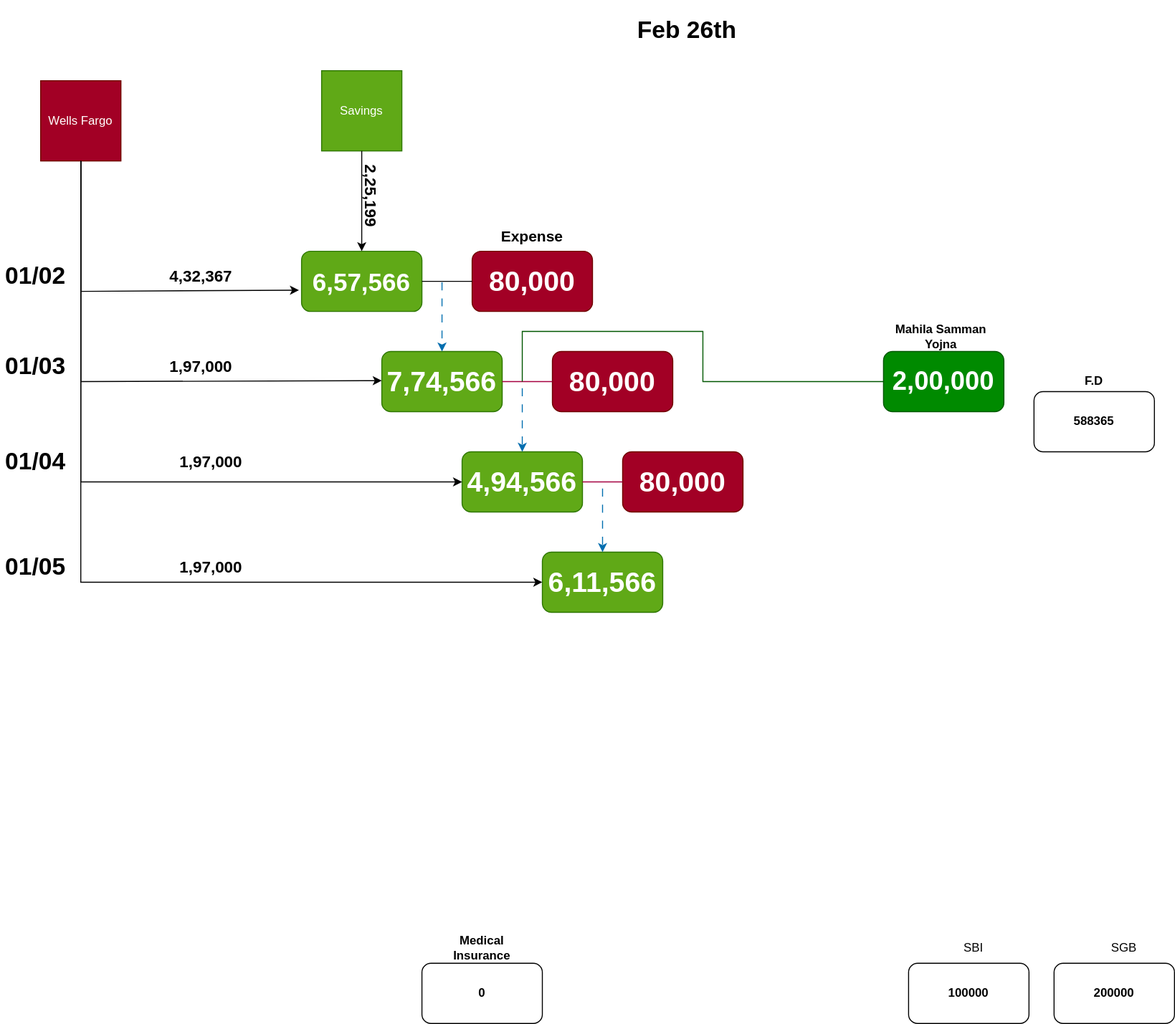
Above: Investments.drawio.svg in uchiharizvi/design-diagrams (draw.io), before the change. Source tidied: cells renumbered, new cells last; positions are measured from the earlier drawing's top-left corner, leaving out a move shared by most shapes.
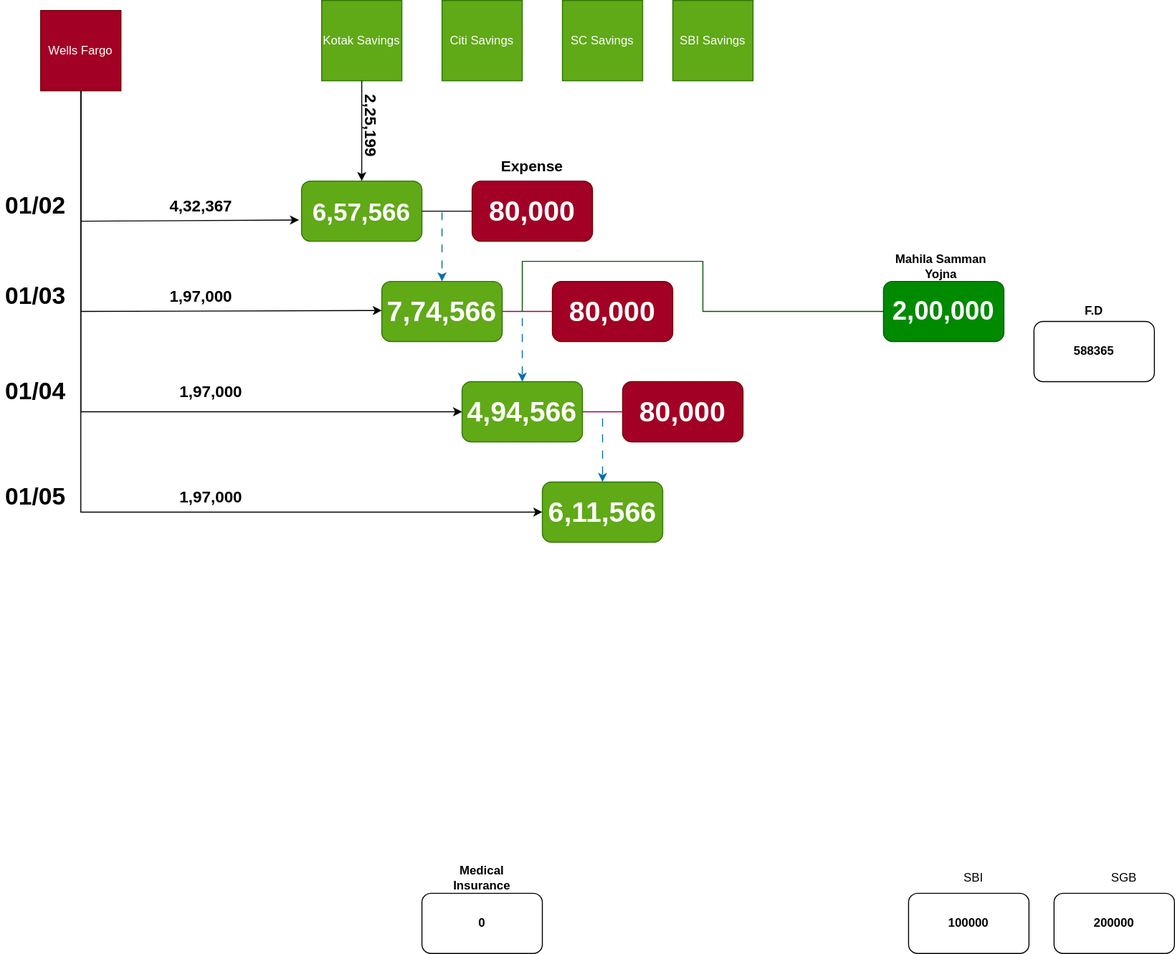
After the change.

Diff of the diagram source:
```diff
@@ -11,9 +11,6 @@
     <mxCell id="4" value="Medical Insurance" style="text;html=1;align=center;verticalAlign=middle;whiteSpace=wrap;rounded=0;fontStyle=1;" parent="1" vertex="1">
       <mxGeometry x="450" y="920" width="60" height="30" as="geometry" />
     </mxCell>
-    <mxCell id="5" value="&lt;h1&gt;Feb 26th&lt;/h1&gt;" style="text;html=1;spacing=5;spacingTop=-20;whiteSpace=wrap;overflow=hidden;rounded=0;" parent="1" vertex="1">
-      <mxGeometry x="630" width="110" height="40" as="geometry" />
-    </mxCell>
     <mxCell id="6" value="&lt;font style=&quot;font-size: 28px;&quot;&gt;80,000&lt;/font&gt;" style="rounded=1;whiteSpace=wrap;html=1;fontStyle=1;fillColor=#a20025;fontColor=#ffffff;strokeColor=#6F0000;" parent="1" vertex="1">
       <mxGeometry x="470" y="240" width="120" height="60" as="geometry" />
     </mxCell>
@@ -153,7 +150,7 @@
     <mxCell id="40" style="endArrow=none;html=1;rounded=0;exitX=1;exitY=0.5;exitDx=0;exitDy=0;fillColor=#d80073;strokeColor=#A50040;entryX=0;entryY=0.5;entryDx=0;entryDy=0;" parent="1" edge="1" source="24" target="28">
       <mxGeometry relative="1" as="geometry" />
     </mxCell>
-    <mxCell id="41" value="Savings" style="whiteSpace=wrap;html=1;fillColor=#60a917;fontColor=#ffffff;strokeColor=#2D7600;" parent="1" vertex="1">
+    <mxCell id="41" value="Kotak Savings" style="whiteSpace=wrap;html=1;fillColor=#60a917;fontColor=#ffffff;strokeColor=#2D7600;" parent="1" vertex="1">
       <mxGeometry x="320" y="60" width="80" height="80" as="geometry" />
     </mxCell>
     <mxCell id="42" style="endArrow=classic;html=1;rounded=0;exitX=0.5;exitY=1;exitDx=0;exitDy=0;entryX=0.5;entryY=0;entryDx=0;entryDy=0;" parent="1" edge="1" source="41" target="2">
@@ -166,5 +163,14 @@
     <mxCell id="43" value="&lt;font style=&quot;font-size: 16px;&quot;&gt;2,25,199&lt;/font&gt;" style="text;html=1;align=center;verticalAlign=middle;whiteSpace=wrap;rounded=0;fontStyle=1;rotation=90;" parent="1" vertex="1">
       <mxGeometry x="340" y="170" width="60" height="30" as="geometry" />
     </mxCell>
+    <mxCell id="44" value="Citi Savings" style="whiteSpace=wrap;html=1;fillColor=#60a917;fontColor=#ffffff;strokeColor=#2D7600;" parent="1" vertex="1">
+      <mxGeometry x="440" y="60" width="80" height="80" as="geometry" />
+    </mxCell>
+    <mxCell id="45" value="SC Savings" style="whiteSpace=wrap;html=1;fillColor=#60a917;fontColor=#ffffff;strokeColor=#2D7600;" parent="1" vertex="1">
+      <mxGeometry x="560" y="60" width="80" height="80" as="geometry" />
+    </mxCell>
+    <mxCell id="46" value="SBI Savings" style="whiteSpace=wrap;html=1;fillColor=#60a917;fontColor=#ffffff;strokeColor=#2D7600;" parent="1" vertex="1">
+      <mxGeometry x="670" y="60" width="80" height="80" as="geometry" />
+    </mxCell>
   </root>
 </mxGraphModel>
```
